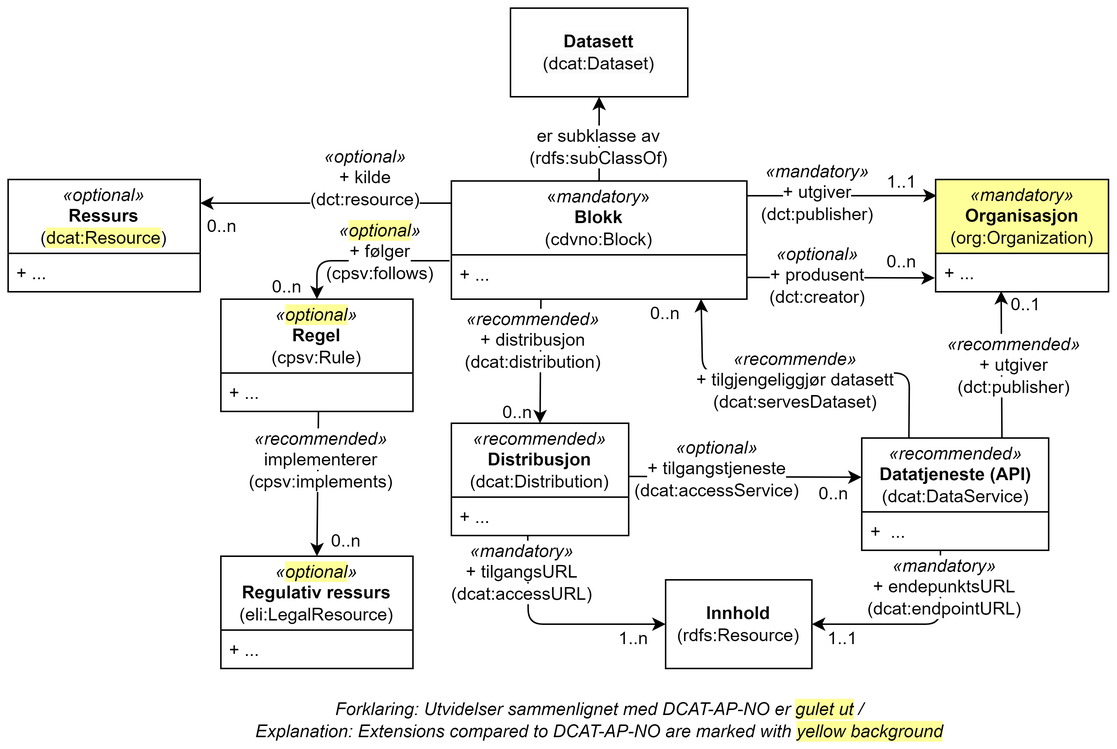
This is docs/images/cdvno-classes-only.png from Informasjonsforvaltning/cdvno, a draw.io export, as it was before one commit. Source tidied: cells renumbered, new cells last; positions are measured from the earlier drawing's top-left corner, leaving out a move shared by most shapes.
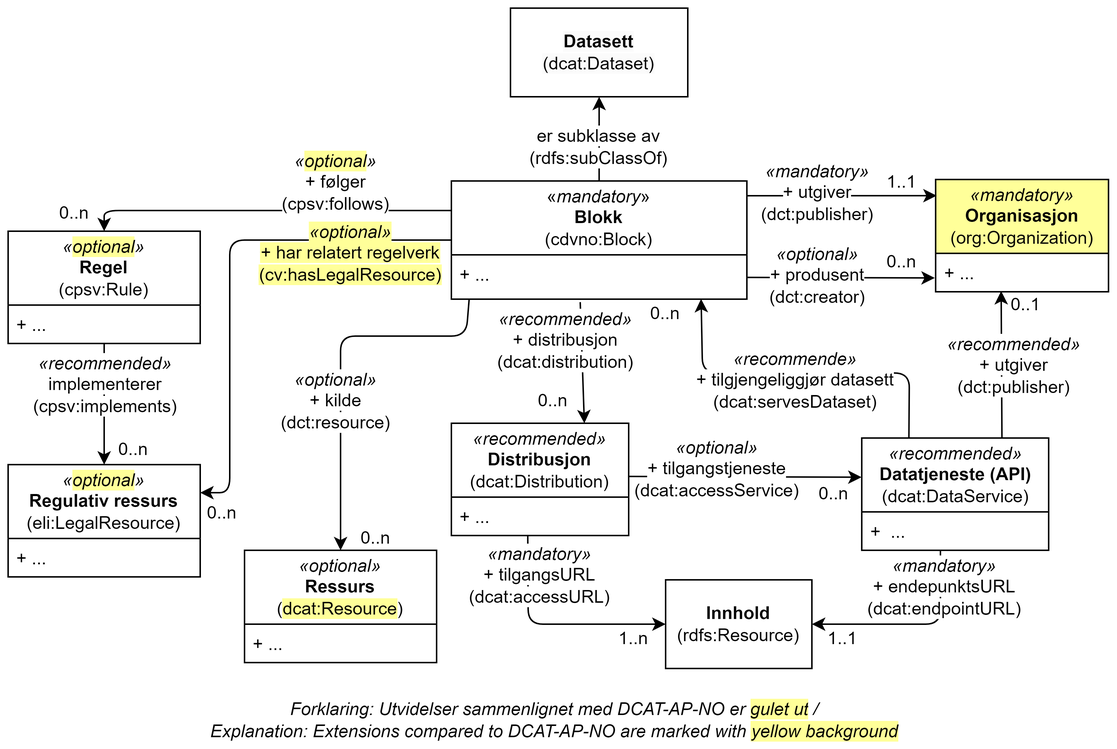
Above is the later version.

Diff of the diagram source:
```diff
@@ -26,7 +26,7 @@
     <mxCell id="9" value="0..n" style="text;html=1;strokeColor=none;fillColor=none;align=center;verticalAlign=middle;whiteSpace=wrap;rounded=0;" parent="1" vertex="1">
       <mxGeometry x="590" y="160" width="30" height="23" as="geometry" />
     </mxCell>
-    <mxCell id="10" style="endArrow=classic;html=1;rounded=0;entryX=0.5;entryY=0;entryDx=0;entryDy=0;exitX=0.303;exitY=1;exitDx=0;exitDy=0;exitPerimeter=0;" parent="1" edge="1" source="30" target="11">
+    <mxCell id="10" style="endArrow=classic;html=1;rounded=0;exitX=0.436;exitY=1.067;exitDx=0;exitDy=0;exitPerimeter=0;entryX=0.75;entryY=0;entryDx=0;entryDy=0;" parent="1" edge="1" source="30" target="11">
       <mxGeometry relative="1" as="geometry" />
     </mxCell>
     <mxCell id="11" value="&lt;i style=&quot;border-color: var(--border-color);&quot;&gt;«recommended»&lt;/i&gt;&lt;br style=&quot;border-color: var(--border-color);&quot;&gt;&lt;b style=&quot;border-color: var(--border-color);&quot;&gt;Distribusjon&lt;br style=&quot;border-color: var(--border-color);&quot;&gt;&lt;/b&gt;(dcat:Distribution)" style="swimlane;fontStyle=0;horizontal=1;startSize=50;fillColor=default;whiteSpace=wrap;html=1;" parent="1" vertex="1">
@@ -36,7 +36,7 @@
       <mxGeometry y="50" width="120" height="26" as="geometry" />
     </mxCell>
     <mxCell id="13" value="&lt;span style=&quot;background-color: rgb(255, 255, 255);&quot;&gt;&lt;i style=&quot;border-color: var(--border-color);&quot;&gt;«recommended»&lt;br&gt;&lt;/i&gt;+ distribusjon&lt;br&gt;(dcat:distribution)&lt;/span&gt;" style="text;html=1;strokeColor=none;fillColor=none;align=center;verticalAlign=middle;whiteSpace=wrap;rounded=0;" parent="1" vertex="1">
-      <mxGeometry x="318" y="210" width="75" height="30" as="geometry" />
+      <mxGeometry x="340" y="210" width="75" height="30" as="geometry" />
     </mxCell>
     <mxCell id="14" value="0..n" style="text;html=1;strokeColor=none;fillColor=none;align=center;verticalAlign=middle;whiteSpace=wrap;rounded=0;" parent="1" vertex="1">
       <mxGeometry x="430" y="197" width="30" height="20" as="geometry" />
@@ -61,7 +61,7 @@
       <mxGeometry x="550" y="417" width="30" height="20" as="geometry" />
     </mxCell>
     <mxCell id="19" value="&lt;span style=&quot;background-color: rgb(255, 255, 255);&quot;&gt;&lt;i style=&quot;border-color: var(--border-color);&quot;&gt;«mandatory»&lt;br&gt;&lt;/i&gt;+ tilgangsURL&lt;br&gt;(dcat:accessURL)&lt;/span&gt;" style="text;html=1;strokeColor=none;fillColor=none;align=center;verticalAlign=middle;whiteSpace=wrap;rounded=0;" parent="1" vertex="1">
-      <mxGeometry x="318" y="367" width="60" height="30" as="geometry" />
+      <mxGeometry x="330" y="369" width="60" height="30" as="geometry" />
     </mxCell>
     <mxCell id="20" style="endArrow=classic;html=1;rounded=1;entryX=0.845;entryY=0.995;entryDx=0;entryDy=0;entryPerimeter=0;exitX=0.252;exitY=0.011;exitDx=0;exitDy=0;exitPerimeter=0;" parent="1" edge="1" source="46" target="30">
       <mxGeometry relative="1" as="geometry">
@@ -75,7 +75,7 @@
       <mxGeometry x="460.5" y="237" width="143.5" height="30" as="geometry" />
     </mxCell>
     <mxCell id="22" value="0..n" style="text;html=1;strokeColor=none;fillColor=none;align=center;verticalAlign=middle;whiteSpace=wrap;rounded=0;" parent="1" vertex="1">
-      <mxGeometry x="330" y="259" width="30" height="30" as="geometry" />
+      <mxGeometry x="354" y="251" width="30" height="30" as="geometry" />
     </mxCell>
     <mxCell id="23" style="endArrow=classic;html=1;rounded=0;entryX=-0.001;entryY=0.349;entryDx=0;entryDy=0;entryPerimeter=0;" parent="1" edge="1" target="46">
       <mxGeometry relative="1" as="geometry">
@@ -124,38 +124,35 @@
       <mxGeometry x="445" y="387" width="99" height="60" as="geometry" />
     </mxCell>
     <mxCell id="36" value="&lt;i style=&quot;border-color: var(--border-color);&quot;&gt;«&lt;span style=&quot;background-color: rgb(255, 255, 153);&quot;&gt;optional&lt;/span&gt;»&lt;/i&gt;&lt;br style=&quot;border-color: var(--border-color);&quot;&gt;&lt;b style=&quot;border-color: var(--border-color);&quot;&gt;Regel&lt;br style=&quot;border-color: var(--border-color);&quot;&gt;&lt;/b&gt;(cpsv:Rule)" style="swimlane;fontStyle=0;horizontal=1;startSize=50;fillColor=default;whiteSpace=wrap;html=1;" parent="1" vertex="1">
-      <mxGeometry x="144" y="197" width="130" height="76" as="geometry" />
+      <mxGeometry y="151" width="130" height="76" as="geometry" />
     </mxCell>
     <mxCell id="37" value="+ ..." style="text;strokeColor=none;fillColor=none;align=left;verticalAlign=top;spacingLeft=4;spacingRight=4;overflow=hidden;points=[[0,0.5],[1,0.5]];portConstraint=eastwest;whiteSpace=wrap;html=1;" parent="36" vertex="1">
       <mxGeometry y="50" width="130" height="26" as="geometry" />
     </mxCell>
-    <mxCell id="38" style="endArrow=classic;html=1;rounded=1;entryX=0.5;entryY=0;entryDx=0;entryDy=0;exitX=-0.006;exitY=0.133;exitDx=0;exitDy=0;exitPerimeter=0;" parent="1" edge="1" source="30" target="36">
+    <mxCell id="38" style="endArrow=classic;html=1;rounded=1;entryX=0.5;entryY=0;entryDx=0;entryDy=0;exitX=0;exitY=0.25;exitDx=0;exitDy=0;" parent="1" edge="1" source="29" target="36">
       <mxGeometry relative="1" as="geometry">
         <Array as="points">
-          <mxPoint x="209" y="171" />
+          <mxPoint x="65" y="137" />
         </Array>
       </mxGeometry>
     </mxCell>
     <mxCell id="39" value="&lt;i style=&quot;border-color: var(--border-color);&quot;&gt;«&lt;span style=&quot;background-color: rgb(255, 255, 153);&quot;&gt;optional&lt;/span&gt;»&lt;br&gt;&lt;/i&gt;&lt;span style=&quot;background-color: rgb(255, 255, 255);&quot;&gt;+ følger&lt;br&gt;(cpsv:follows)&lt;/span&gt;" style="text;html=1;strokeColor=none;fillColor=none;align=center;verticalAlign=middle;whiteSpace=wrap;rounded=0;" parent="1" vertex="1">
-      <mxGeometry x="220" y="150" width="64" height="30" as="geometry" />
+      <mxGeometry x="190" y="103" width="64" height="30" as="geometry" />
     </mxCell>
-    <mxCell id="40" value="0..n" style="text;html=1;strokeColor=none;fillColor=none;align=center;verticalAlign=middle;whiteSpace=wrap;rounded=0;" parent="1" vertex="1">
-      <mxGeometry x="174" y="181" width="30" height="16" as="geometry" />
-    </mxCell>
     <mxCell id="41" value="&lt;i style=&quot;border-color: var(--border-color);&quot;&gt;«&lt;span style=&quot;background-color: rgb(255, 255, 153);&quot;&gt;optional&lt;/span&gt;»&lt;/i&gt;&lt;br style=&quot;border-color: var(--border-color);&quot;&gt;&lt;b style=&quot;border-color: var(--border-color);&quot;&gt;Regulativ ressurs&lt;br style=&quot;border-color: var(--border-color);&quot;&gt;&lt;/b&gt;(eli:LegalResource)" style="swimlane;fontStyle=0;horizontal=1;startSize=50;fillColor=default;whiteSpace=wrap;html=1;" parent="1" vertex="1">
-      <mxGeometry x="144" y="371" width="130" height="76" as="geometry" />
+      <mxGeometry y="309" width="130" height="76" as="geometry" />
     </mxCell>
     <mxCell id="42" value="+ ..." style="text;strokeColor=none;fillColor=none;align=left;verticalAlign=top;spacingLeft=4;spacingRight=4;overflow=hidden;whiteSpace=wrap;html=1;" parent="41" vertex="1">
       <mxGeometry y="50" width="130" height="26" as="geometry" />
     </mxCell>
-    <mxCell id="43" style="endArrow=classic;html=1;rounded=0;exitX=0.508;exitY=1;exitDx=0;exitDy=0;exitPerimeter=0;entryX=0.5;entryY=0;entryDx=0;entryDy=0;" parent="1" edge="1" source="37" target="41">
+    <mxCell id="43" style="endArrow=classic;html=1;rounded=0;entryX=0.5;entryY=0;entryDx=0;entryDy=0;" parent="1" edge="1" source="37" target="41">
       <mxGeometry relative="1" as="geometry" />
     </mxCell>
     <mxCell id="44" value="&lt;span style=&quot;background-color: rgb(255, 255, 255);&quot;&gt;&lt;i style=&quot;border-color: var(--border-color);&quot;&gt;«recommended»&lt;br&gt;&lt;/i&gt;implementerer (cpsv:implements)&lt;/span&gt;" style="text;html=1;strokeColor=none;fillColor=none;align=center;verticalAlign=middle;whiteSpace=wrap;rounded=0;" parent="1" vertex="1">
-      <mxGeometry x="180" y="291" width="64" height="30" as="geometry" />
+      <mxGeometry x="34" y="240" width="64" height="30" as="geometry" />
     </mxCell>
     <mxCell id="45" value="0..n" style="text;html=1;strokeColor=none;fillColor=none;align=center;verticalAlign=middle;whiteSpace=wrap;rounded=0;" parent="1" vertex="1">
-      <mxGeometry x="214" y="351" width="30" height="20" as="geometry" />
+      <mxGeometry x="70" y="289" width="30" height="20" as="geometry" />
     </mxCell>
     <mxCell id="46" value="&lt;i style=&quot;border-color: var(--border-color);&quot;&gt;«recommended»&lt;/i&gt;&lt;br style=&quot;border-color: var(--border-color);&quot;&gt;&lt;b style=&quot;border-color: var(--border-color);&quot;&gt;Datatjeneste (API)&lt;br style=&quot;border-color: var(--border-color);&quot;&gt;&lt;/b&gt;(dcat:DataService)" style="swimlane;fontStyle=0;horizontal=1;startSize=50;fillColor=default;whiteSpace=wrap;html=1;" parent="1" vertex="1">
       <mxGeometry x="577.8" y="291" width="126.5" height="76" as="geometry" />
@@ -164,25 +161,45 @@
       <mxGeometry y="50" width="126.5" height="26" as="geometry" />
     </mxCell>
     <mxCell id="48" value="&lt;i style=&quot;border-color: var(--border-color);&quot;&gt;«optional»&lt;/i&gt;&lt;br style=&quot;border-color: var(--border-color);&quot;&gt;&lt;b style=&quot;border-color: var(--border-color);&quot;&gt;Ressurs&lt;br style=&quot;border-color: var(--border-color);&quot;&gt;&lt;/b&gt;(&lt;span style=&quot;background-color: rgb(255, 255, 153);&quot;&gt;dcat:Resource&lt;/span&gt;)" style="swimlane;fontStyle=0;horizontal=1;startSize=50;fillColor=default;whiteSpace=wrap;html=1;" parent="1" vertex="1">
-      <mxGeometry y="116" width="130" height="76" as="geometry" />
+      <mxGeometry x="160" y="367" width="130" height="76" as="geometry" />
     </mxCell>
     <mxCell id="49" value="+ ..." style="text;strokeColor=none;fillColor=none;align=left;verticalAlign=top;spacingLeft=4;spacingRight=4;overflow=hidden;whiteSpace=wrap;html=1;" parent="48" vertex="1">
       <mxGeometry y="50" width="130" height="26" as="geometry" />
     </mxCell>
-    <mxCell id="50" style="endArrow=classic;html=1;rounded=1;" parent="1" edge="1">
+    <mxCell id="50" style="endArrow=classic;html=1;rounded=1;entryX=0.5;entryY=0;entryDx=0;entryDy=0;exitX=0.06;exitY=1.013;exitDx=0;exitDy=0;exitPerimeter=0;" parent="1" edge="1" source="30" target="48">
       <mxGeometry relative="1" as="geometry">
-        <mxPoint x="300" y="132" as="sourcePoint" />
-        <mxPoint x="130" y="132" as="targetPoint" />
+        <Array as="points">
+          <mxPoint x="310" y="222" />
+          <mxPoint x="225" y="222" />
+        </Array>
       </mxGeometry>
     </mxCell>
     <mxCell id="51" value="&lt;i style=&quot;border-color: var(--border-color);&quot;&gt;«&lt;span style=&quot;background-color: rgb(255, 255, 255);&quot;&gt;optional&lt;/span&gt;»&lt;br&gt;&lt;/i&gt;&lt;span style=&quot;background-color: rgb(255, 255, 255);&quot;&gt;+ kilde&lt;br&gt;(dct:resource)&lt;/span&gt;" style="text;html=1;strokeColor=none;fillColor=none;align=center;verticalAlign=middle;whiteSpace=wrap;rounded=0;" parent="1" vertex="1">
-      <mxGeometry x="210" y="100" width="64" height="30" as="geometry" />
+      <mxGeometry x="190" y="251" width="64" height="30" as="geometry" />
     </mxCell>
     <mxCell id="52" value="0..n" style="text;html=1;strokeColor=none;fillColor=none;align=center;verticalAlign=middle;whiteSpace=wrap;rounded=0;" parent="1" vertex="1">
-      <mxGeometry x="130" y="140" width="30" height="16" as="geometry" />
+      <mxGeometry x="234" y="351" width="30" height="16" as="geometry" />
     </mxCell>
     <mxCell id="53" value="Forklaring: Utvidelser sammenlignet med DCAT-AP-NO er&amp;nbsp;&lt;span style=&quot;background-color: rgb(255, 255, 153);&quot;&gt;gulet ut&lt;/span&gt;&lt;span style=&quot;background-color: rgb(255 , 255 , 255)&quot;&gt;&amp;nbsp;/ &lt;br&gt;Explanation: Extensions compared to DCAT-AP-NO&amp;nbsp;are marked with&amp;nbsp;&lt;/span&gt;&lt;span style=&quot;background-color: rgb(255, 255, 153);&quot;&gt;yellow background&lt;/span&gt;" style="text;html=1;strokeColor=none;fillColor=none;align=center;verticalAlign=middle;whiteSpace=wrap;rounded=0;fontStyle=2;" parent="1" vertex="1">
-      <mxGeometry x="149.5" y="472" width="501" height="20" as="geometry" />
+      <mxGeometry y="472" width="740" height="20" as="geometry" />
     </mxCell>
+    <mxCell id="54" style="endArrow=classic;html=1;rounded=1;entryX=1;entryY=0.25;entryDx=0;entryDy=0;" parent="1" edge="1" target="41">
+      <mxGeometry relative="1" as="geometry">
+        <mxPoint x="300" y="157" as="sourcePoint" />
+        <Array as="points">
+          <mxPoint x="150" y="157" />
+          <mxPoint x="150" y="328" />
+        </Array>
+      </mxGeometry>
+    </mxCell>
+    <mxCell id="55" value="&lt;span style=&quot;background-color: rgb(255, 255, 153);&quot;&gt;&lt;i style=&quot;border-color: var(--border-color);&quot;&gt;«optional»&lt;br&gt;&lt;/i&gt;+ har relatert regelverk&lt;br&gt;(cv:hasLegalResource)&lt;/span&gt;" style="text;html=1;strokeColor=none;fillColor=none;align=center;verticalAlign=middle;whiteSpace=wrap;rounded=0;" parent="1" vertex="1">
+      <mxGeometry x="200" y="151" width="64" height="30" as="geometry" />
+    </mxCell>
+    <mxCell id="56" value="0..n" style="text;html=1;strokeColor=none;fillColor=none;align=center;verticalAlign=middle;whiteSpace=wrap;rounded=0;" parent="1" vertex="1">
+      <mxGeometry x="130" y="327" width="30" height="30" as="geometry" />
+    </mxCell>
+    <mxCell id="57" value="0..n" style="text;html=1;strokeColor=none;fillColor=none;align=center;verticalAlign=middle;whiteSpace=wrap;rounded=0;" parent="1" vertex="1">
+      <mxGeometry x="30" y="127" width="30" height="23" as="geometry" />
+    </mxCell>
   </root>
 </mxGraphModel>
```
